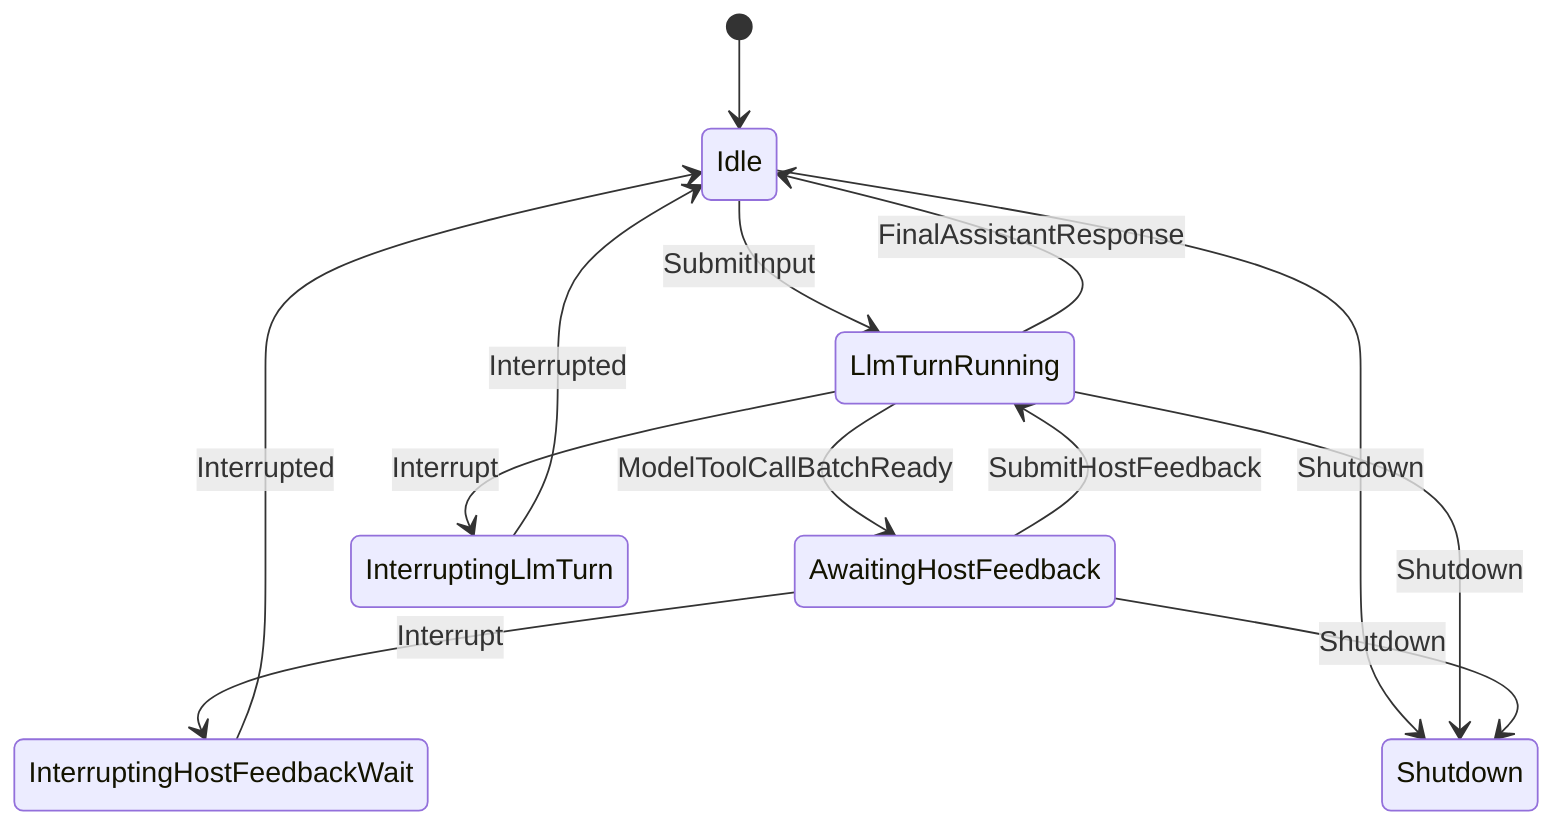
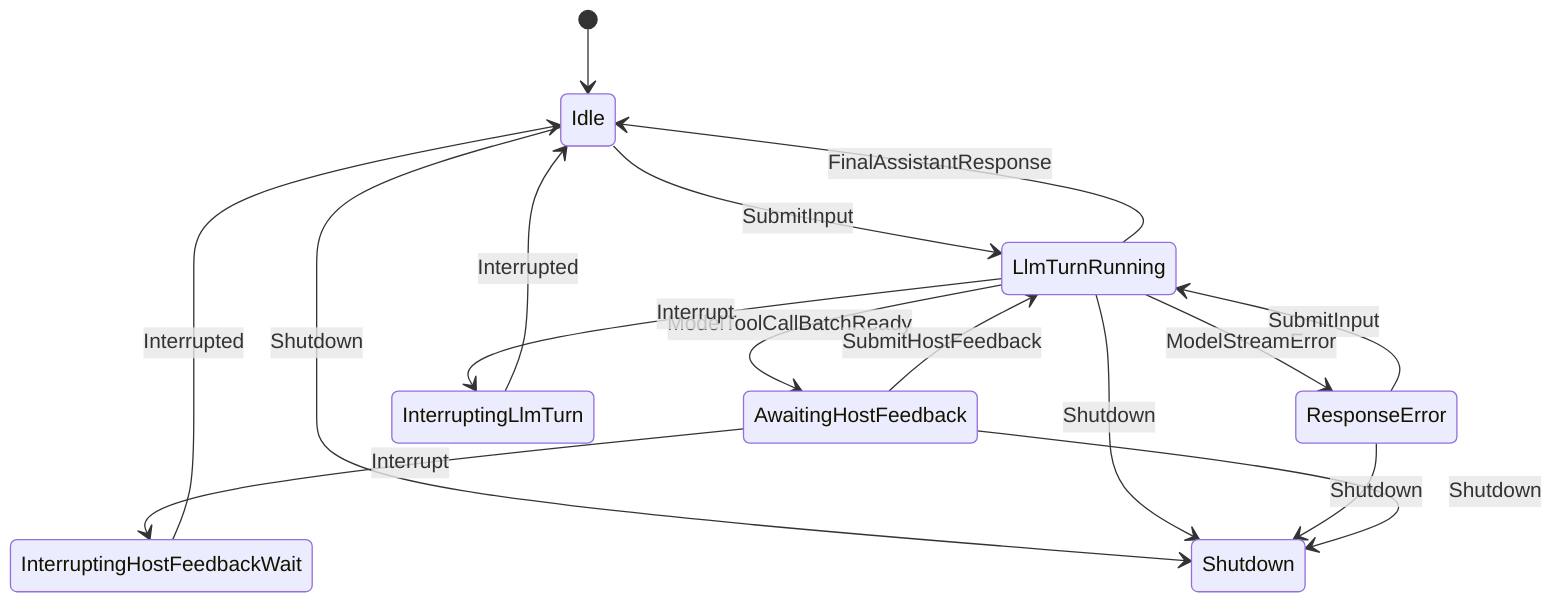
stateDiagram-v2
    [*] --> Idle

    Idle --> LlmTurnRunning: SubmitInput

    LlmTurnRunning --> AwaitingHostFeedback: ModelToolCallBatchReady
    LlmTurnRunning --> Idle: FinalAssistantResponse
+     LlmTurnRunning --> ResponseError: ModelStreamError
    LlmTurnRunning --> InterruptingLlmTurn: Interrupt
+ 
+     ResponseError --> LlmTurnRunning: SubmitInput

    AwaitingHostFeedback --> LlmTurnRunning: SubmitHostFeedback
    AwaitingHostFeedback --> InterruptingHostFeedbackWait: Interrupt

    InterruptingLlmTurn --> Idle: Interrupted
    InterruptingHostFeedbackWait --> Idle: Interrupted

    Idle --> Shutdown: Shutdown
    LlmTurnRunning --> Shutdown: Shutdown
+     ResponseError --> Shutdown: Shutdown
    AwaitingHostFeedback --> Shutdown: Shutdown
